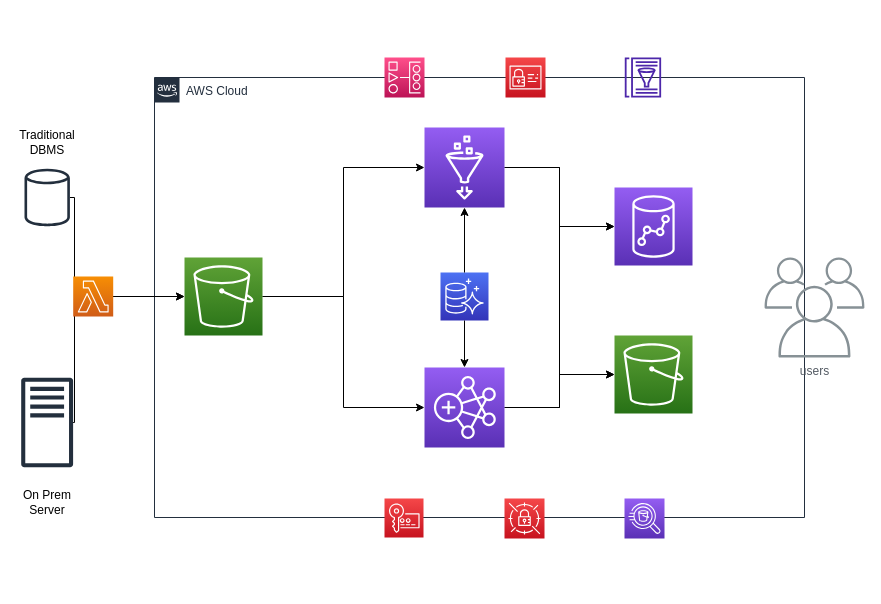
Earlier version of the draw.io diagram adidas_case_study.drawio (Mayank-here/case_study). Source tidied: cells renumbered, new cells numbered last; positions are measured from the earlier drawing's top-left corner, leaving out a move shared by most shapes. Both pictures are drawn from the tidied source at 100%, with x=0, y=0 at pixel (17, 57).
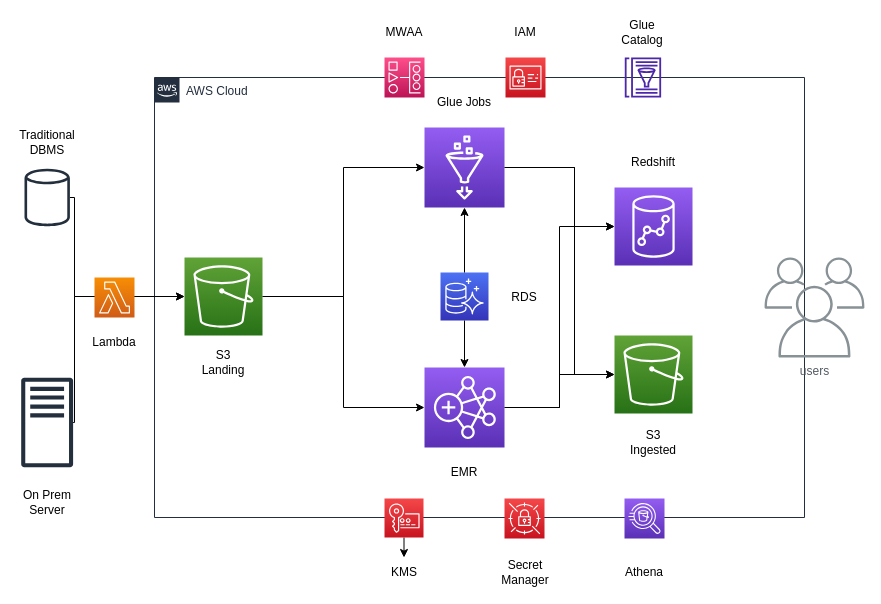
Above is the later version.

The change refers to these unchanged cells:
```xml
<mxCell id="2" value="AWS Cloud" style="gradientColor=none;html=1;whiteSpace=wrap;fontSize=12;fontStyle=0;shape=mxgraph.aws4.group;grIcon=mxgraph.aws4.group_aws_cloud_alt;strokeColor=#232F3E;fillColor=none;verticalAlign=top;align=left;spacingLeft=30;fontColor=#232F3E;dashed=0;" parent="1" vertex="1">
  <mxGeometry x="137" y="20" width="650" height="440" as="geometry" />
</mxCell>
<mxCell id="11" style="sketch=0;points=[[0,0,0],[0.25,0,0],[0.5,0,0],[0.75,0,0],[1,0,0],[0,1,0],[0.25,1,0],[0.5,1,0],[0.75,1,0],[1,1,0],[0,0.25,0],[0,0.5,0],[0,0.75,0],[1,0.25,0],[1,0.5,0],[1,0.75,0]];outlineConnect=0;fontColor=#232F3E;gradientColor=#945DF2;gradientDirection=north;fillColor=#5A30B5;strokeColor=#ffffff;dashed=0;verticalLabelPosition=bottom;verticalAlign=top;align=center;html=1;fontSize=12;fontStyle=0;shape=mxgraph.aws4.resourceIcon;resIcon=mxgraph.aws4.glue;" parent="1" vertex="1">
  <mxGeometry x="407" y="70" width="80" height="80" as="geometry" />
</mxCell>
<mxCell id="15" style="sketch=0;points=[[0,0,0],[0.25,0,0],[0.5,0,0],[0.75,0,0],[1,0,0],[0,1,0],[0.25,1,0],[0.5,1,0],[0.75,1,0],[1,1,0],[0,0.25,0],[0,0.5,0],[0,0.75,0],[1,0.25,0],[1,0.5,0],[1,0.75,0]];outlineConnect=0;fontColor=#232F3E;gradientColor=#945DF2;gradientDirection=north;fillColor=#5A30B5;strokeColor=#ffffff;dashed=0;verticalLabelPosition=bottom;verticalAlign=top;align=center;html=1;fontSize=12;fontStyle=0;shape=mxgraph.aws4.resourceIcon;resIcon=mxgraph.aws4.redshift;" parent="1" vertex="1">
  <mxGeometry x="597" y="130" width="78" height="78" as="geometry" />
</mxCell>
<mxCell id="16" style="sketch=0;points=[[0,0,0],[0.25,0,0],[0.5,0,0],[0.75,0,0],[1,0,0],[0,1,0],[0.25,1,0],[0.5,1,0],[0.75,1,0],[1,1,0],[0,0.25,0],[0,0.5,0],[0,0.75,0],[1,0.25,0],[1,0.5,0],[1,0.75,0]];outlineConnect=0;fontColor=#232F3E;gradientColor=#60A337;gradientDirection=north;fillColor=#277116;strokeColor=#ffffff;dashed=0;verticalLabelPosition=bottom;verticalAlign=top;align=center;html=1;fontSize=12;fontStyle=0;shape=mxgraph.aws4.resourceIcon;resIcon=mxgraph.aws4.s3;" parent="1" vertex="1">
  <mxGeometry x="597" y="278" width="78" height="78" as="geometry" />
</mxCell>
<mxCell id="21" style="sketch=0;points=[[0,0,0],[0.25,0,0],[0.5,0,0],[0.75,0,0],[1,0,0],[0,1,0],[0.25,1,0],[0.5,1,0],[0.75,1,0],[1,1,0],[0,0.25,0],[0,0.5,0],[0,0.75,0],[1,0.25,0],[1,0.5,0],[1,0.75,0]];outlineConnect=0;fontColor=#232F3E;gradientColor=#F54749;gradientDirection=north;fillColor=#C7131F;strokeColor=#ffffff;dashed=0;verticalLabelPosition=bottom;verticalAlign=top;align=center;html=1;fontSize=12;fontStyle=0;shape=mxgraph.aws4.resourceIcon;resIcon=mxgraph.aws4.key_management_service;" parent="1" vertex="1">
  <mxGeometry x="367" y="441" width="39" height="39" as="geometry" />
</mxCell>
```

Change to the diagram source:
```diff
@@
+    <mxCell id="31" value="S3 Landing" style="text;html=1;strokeColor=none;fillColor=none;align=center;verticalAlign=middle;whiteSpace=wrap;rounded=0;" parent="2" vertex="1">
+      <mxGeometry x="39" y="270" width="60" height="30" as="geometry" />
+    </mxCell>
+    <mxCell id="32" value="Glue Jobs" style="text;html=1;strokeColor=none;fillColor=none;align=center;verticalAlign=middle;whiteSpace=wrap;rounded=0;" parent="2" vertex="1">
+      <mxGeometry x="280" y="10" width="60" height="30" as="geometry" />
+    </mxCell>
+    <mxCell id="33" value="RDS" style="text;html=1;strokeColor=none;fillColor=none;align=center;verticalAlign=middle;whiteSpace=wrap;rounded=0;" parent="2" vertex="1">
+      <mxGeometry x="340" y="205" width="60" height="30" as="geometry" />
+    </mxCell>
+    <mxCell id="34" value="EMR" style="text;html=1;strokeColor=none;fillColor=none;align=center;verticalAlign=middle;whiteSpace=wrap;rounded=0;" parent="2" vertex="1">
+      <mxGeometry x="280" y="380" width="60" height="30" as="geometry" />
+    </mxCell>
+    <mxCell id="35" value="Redshift" style="text;html=1;strokeColor=none;fillColor=none;align=center;verticalAlign=middle;whiteSpace=wrap;rounded=0;" parent="2" vertex="1">
+      <mxGeometry x="469" y="70" width="60" height="30" as="geometry" />
+    </mxCell>
+    <mxCell id="36" value="S3 Ingested" style="text;html=1;strokeColor=none;fillColor=none;align=center;verticalAlign=middle;whiteSpace=wrap;rounded=0;" parent="2" vertex="1">
+      <mxGeometry x="469" y="350" width="60" height="30" as="geometry" />
+    </mxCell>
@@
     <mxCell id="9" style="edgeStyle=orthogonalEdgeStyle;rounded=0;jettySize=auto;html=1;" parent="1" edge="1" source="11" target="15">
-      <mxGeometry relative="1" as="geometry" />
+      <mxGeometry relative="1" as="geometry">
+        <Array as="points">
+          <mxPoint x="557" y="110" />
+          <mxPoint x="557" y="169" />
+        </Array>
+      </mxGeometry>
     </mxCell>
     <mxCell id="10" style="edgeStyle=orthogonalEdgeStyle;rounded=0;jettySize=auto;html=1;entryX=0;entryY=0.5;entryDx=0;entryDy=0;entryPerimeter=0;" parent="1" edge="1" source="11" target="16">
-      <mxGeometry relative="1" as="geometry" />
+      <mxGeometry relative="1" as="geometry">
+        <Array as="points">
+          <mxPoint x="557" y="110" />
+          <mxPoint x="557" y="317" />
+        </Array>
+      </mxGeometry>
     </mxCell>
@@
+    <mxCell id="37" style="edgeStyle=orthogonalEdgeStyle;rounded=0;jettySize=auto;html=1;" parent="1" edge="1" source="21" target="42">
+      <mxGeometry relative="1" as="geometry" />
+    </mxCell>
@@
     <mxCell id="28" style="sketch=0;fontColor=#232F3E;gradientColor=#F78E04;gradientDirection=north;fillColor=#D05C17;strokeColor=#ffffff;dashed=0;verticalLabelPosition=bottom;verticalAlign=top;align=center;html=1;fontSize=12;fontStyle=0;shape=mxgraph.aws4.resourceIcon;resIcon=mxgraph.aws4.lambda;" parent="1" vertex="1">
-      <mxGeometry x="55.7" y="219" width="40" height="40" as="geometry" />
+      <mxGeometry x="77" y="220" width="40" height="40" as="geometry" />
     </mxCell>
@@
+    <mxCell id="38" value="Lambda" style="text;html=1;strokeColor=none;fillColor=none;align=center;verticalAlign=middle;whiteSpace=wrap;rounded=0;" parent="1" vertex="1">
+      <mxGeometry x="67" y="270" width="60" height="30" as="geometry" />
+    </mxCell>
+    <mxCell id="39" value="MWAA" style="text;html=1;strokeColor=none;fillColor=none;align=center;verticalAlign=middle;whiteSpace=wrap;rounded=0;" parent="1" vertex="1">
+      <mxGeometry x="357" y="-40" width="60" height="30" as="geometry" />
+    </mxCell>
+    <mxCell id="40" value="IAM" style="text;html=1;strokeColor=none;fillColor=none;align=center;verticalAlign=middle;whiteSpace=wrap;rounded=0;" parent="1" vertex="1">
+      <mxGeometry x="478" y="-40" width="60" height="30" as="geometry" />
+    </mxCell>
+    <mxCell id="41" value="Glue Catalog" style="text;html=1;strokeColor=none;fillColor=none;align=center;verticalAlign=middle;whiteSpace=wrap;rounded=0;" parent="1" vertex="1">
+      <mxGeometry x="595" y="-40" width="60" height="30" as="geometry" />
+    </mxCell>
+    <mxCell id="42" value="KMS" style="text;html=1;strokeColor=none;fillColor=none;align=center;verticalAlign=middle;whiteSpace=wrap;rounded=0;" parent="1" vertex="1">
+      <mxGeometry x="357" y="500" width="60" height="30" as="geometry" />
+    </mxCell>
+    <mxCell id="43" value="Secret Manager" style="text;html=1;strokeColor=none;fillColor=none;align=center;verticalAlign=middle;whiteSpace=wrap;rounded=0;" parent="1" vertex="1">
+      <mxGeometry x="478" y="500" width="60" height="30" as="geometry" />
+    </mxCell>
+    <mxCell id="44" value="Athena" style="text;html=1;strokeColor=none;fillColor=none;align=center;verticalAlign=middle;whiteSpace=wrap;rounded=0;" parent="1" vertex="1">
+      <mxGeometry x="597" y="500" width="60" height="30" as="geometry" />
+    </mxCell>
```
